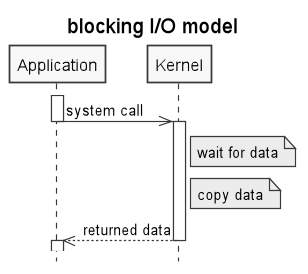
c0p4c4b4n4/demo-sockets-io-nio-nio2 keeps this PlantUML diagram as .images/blocking_IO_model.png. Above is the earlier version. The source it was exported from:
```plantuml
@startuml
title blocking I/O model
hide footbox
skinparam monochrome true
skinparam shadowing false
activate Application
Application->>Kernel: system call
deactivate Application
activate Kernel
Note right of Kernel: wait for data
Note right of Kernel: copy data
Kernel-->>Application: returned data
deactivate Kernel
activate Application
@enduml
```
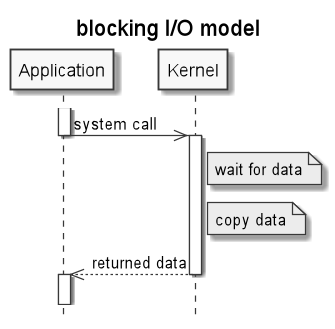
Above is the later version.

Change to the diagram source:
```diff
@@ -2,7 +2,6 @@
 title blocking I/O model
 hide footbox
 skinparam monochrome true
-skinparam shadowing false
 activate Application
 Application->>Kernel: system call
 deactivate Application
@@ -12,4 +11,5 @@
 Kernel-->>Application: returned data
 deactivate Kernel
 activate Application
+||15||
 @enduml
```
